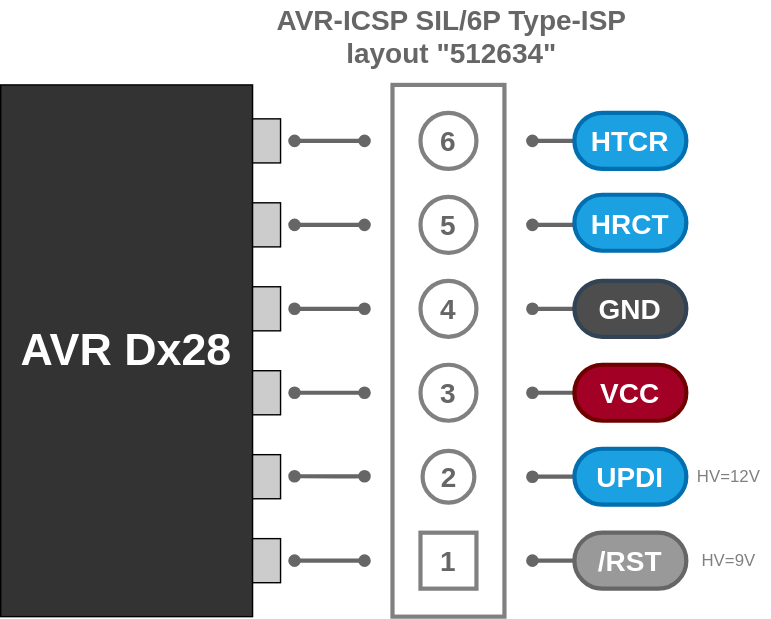
askn37/askn37.github.io keeps this draw.io diagram as svg/AVR-ICSP-S6P-UPDI-512643.drawio.svg. Above is the earlier version. Source tidied: cells renumbered, new cells last; positions are measured from the earlier drawing's top-left corner, leaving out a move shared by most shapes. Source of this version:
```xml
<mxGraphModel>
  <root>
    <mxCell id="0" />
    <mxCell id="1" parent="0" />
    <mxCell id="2" style="rounded=0;whiteSpace=wrap;html=1;labelBackgroundColor=#663300;fontSize=20;fontColor=#FFFFFF;strokeColor=#808080;strokeWidth=3;fillColor=none;" parent="1" vertex="1">
      <mxGeometry x="280" y="60" width="80" height="380" as="geometry" />
    </mxCell>
    <mxCell id="3" value="2" style="ellipse;whiteSpace=wrap;html=1;strokeWidth=3;strokeColor=#808080;fontSize=20;fontStyle=1;rounded=1;fontColor=#666666;fillColor=none;" parent="1" vertex="1">
      <mxGeometry x="301.5" y="321.5" width="37" height="37" as="geometry" />
    </mxCell>
    <mxCell id="4" value="1" style="whiteSpace=wrap;html=1;strokeWidth=3;strokeColor=#808080;fontStyle=1;fontSize=20;rounded=0;fontColor=#666666;fillColor=none;" parent="1" vertex="1">
      <mxGeometry x="300" y="380" width="40" height="40" as="geometry" />
    </mxCell>
    <mxCell id="5" value="3" style="ellipse;whiteSpace=wrap;html=1;strokeColor=#808080;strokeWidth=3;fontSize=20;fontStyle=1;rounded=1;fontColor=#666666;fillColor=none;" parent="1" vertex="1">
      <mxGeometry x="300" y="260" width="40" height="40" as="geometry" />
    </mxCell>
    <mxCell id="6" value="4" style="ellipse;whiteSpace=wrap;html=1;strokeColor=#808080;strokeWidth=3;fontStyle=1;fontSize=20;rounded=1;fontColor=#666666;fillColor=none;" parent="1" vertex="1">
      <mxGeometry x="300" y="200" width="40" height="40" as="geometry" />
    </mxCell>
    <mxCell id="7" style="edgeStyle=none;html=1;fontSize=20;fontColor=#FFFFFF;startArrow=none;startFill=0;endArrow=oval;endFill=1;strokeColor=#666666;strokeWidth=3;" parent="1" edge="1">
      <mxGeometry relative="1" as="geometry">
        <mxPoint x="410" y="100" as="sourcePoint" />
        <mxPoint x="380" y="100" as="targetPoint" />
      </mxGeometry>
    </mxCell>
    <mxCell id="8" style="edgeStyle=none;html=1;fontSize=20;fontColor=#FFFFFF;startArrow=none;startFill=0;endArrow=oval;endFill=1;strokeColor=#666666;strokeWidth=3;" parent="1" edge="1">
      <mxGeometry relative="1" as="geometry">
        <mxPoint x="410" y="160" as="sourcePoint" />
        <mxPoint x="380" y="160" as="targetPoint" />
      </mxGeometry>
    </mxCell>
    <mxCell id="9" style="edgeStyle=none;html=1;fontSize=20;fontColor=#FFFFFF;startArrow=none;startFill=0;endArrow=oval;endFill=1;strokeColor=#666666;strokeWidth=3;" parent="1" edge="1">
      <mxGeometry relative="1" as="geometry">
        <mxPoint x="410" y="400" as="sourcePoint" />
        <mxPoint x="380" y="400" as="targetPoint" />
      </mxGeometry>
    </mxCell>
    <mxCell id="10" style="edgeStyle=none;html=1;fontSize=20;fontColor=#FFFFFF;startArrow=none;startFill=0;endArrow=oval;endFill=1;strokeColor=#666666;strokeWidth=3;" parent="1" edge="1">
      <mxGeometry relative="1" as="geometry">
        <mxPoint x="410" y="280" as="sourcePoint" />
        <mxPoint x="380" y="280" as="targetPoint" />
      </mxGeometry>
    </mxCell>
    <mxCell id="11" value="AVR-ICSP SIL/6P Type-ISP&lt;br&gt;layout &quot;512634&quot;" style="text;html=1;align=center;verticalAlign=middle;strokeColor=none;fillColor=none;fontSize=20;fontColor=#666666;fontStyle=1;" parent="1" vertex="1">
      <mxGeometry x="186.5" width="270" height="50" as="geometry" />
    </mxCell>
    <mxCell id="12" value="HV=12V" style="text;html=1;align=center;verticalAlign=middle;strokeColor=none;fillColor=none;fontColor=#808080;" parent="1" vertex="1">
      <mxGeometry x="490" y="330" width="60" height="20" as="geometry" />
    </mxCell>
    <mxCell id="13" value="5" style="ellipse;whiteSpace=wrap;html=1;strokeColor=#808080;strokeWidth=3;fontStyle=1;fontSize=20;rounded=1;fontColor=#666666;fillColor=none;" parent="1" vertex="1">
      <mxGeometry x="300" y="140" width="40" height="40" as="geometry" />
    </mxCell>
    <mxCell id="14" value="6" style="ellipse;whiteSpace=wrap;html=1;strokeColor=#808080;strokeWidth=3;fontStyle=1;fontSize=20;rounded=1;fontColor=#666666;fillColor=none;" parent="1" vertex="1">
      <mxGeometry x="300" y="80" width="40" height="40" as="geometry" />
    </mxCell>
    <mxCell id="15" style="edgeStyle=none;html=1;fontSize=20;fontColor=#FFFFFF;startArrow=none;startFill=0;endArrow=oval;endFill=1;strokeColor=#666666;strokeWidth=3;" parent="1" edge="1">
      <mxGeometry relative="1" as="geometry">
        <mxPoint x="410" y="220" as="sourcePoint" />
        <mxPoint x="380" y="220" as="targetPoint" />
      </mxGeometry>
    </mxCell>
    <mxCell id="16" style="edgeStyle=none;html=1;fontSize=20;fontColor=#FFFFFF;startArrow=none;startFill=0;endArrow=oval;endFill=1;strokeColor=#666666;strokeWidth=3;" parent="1" edge="1">
      <mxGeometry relative="1" as="geometry">
        <mxPoint x="410" y="340" as="sourcePoint" />
        <mxPoint x="380" y="340" as="targetPoint" />
      </mxGeometry>
    </mxCell>
    <mxCell id="17" value="AVR Dx28" style="rounded=1;whiteSpace=wrap;html=1;fillColor=#333333;fontColor=#FFFFFF;fontStyle=1;fontSize=32;arcSize=0;" parent="1" vertex="1">
      <mxGeometry y="60" width="180" height="380" as="geometry" />
    </mxCell>
    <mxCell id="18" style="rounded=0;whiteSpace=wrap;html=1;fontSize=32;fontColor=#FFFFFF;fillColor=#CCCCCC;" parent="1" vertex="1">
      <mxGeometry x="180" y="144.2" width="20" height="31.5" as="geometry" />
    </mxCell>
    <mxCell id="19" style="rounded=0;whiteSpace=wrap;html=1;fontSize=32;fontColor=#FFFFFF;fillColor=#CCCCCC;" parent="1" vertex="1">
      <mxGeometry x="180" y="204.2" width="20" height="31.5" as="geometry" />
    </mxCell>
    <mxCell id="20" style="rounded=0;whiteSpace=wrap;html=1;fontSize=32;fontColor=#FFFFFF;fillColor=#CCCCCC;" parent="1" vertex="1">
      <mxGeometry x="180" y="264.2" width="20" height="31.5" as="geometry" />
    </mxCell>
    <mxCell id="21" style="rounded=0;whiteSpace=wrap;html=1;fontSize=32;fontColor=#FFFFFF;fillColor=#CCCCCC;" parent="1" vertex="1">
      <mxGeometry x="180" y="324.2" width="20" height="31.5" as="geometry" />
    </mxCell>
    <mxCell id="22" style="rounded=0;whiteSpace=wrap;html=1;fontSize=32;fontColor=#FFFFFF;fillColor=#CCCCCC;" parent="1" vertex="1">
      <mxGeometry x="180" y="84.2" width="20" height="31.5" as="geometry" />
    </mxCell>
    <mxCell id="23" style="rounded=0;whiteSpace=wrap;html=1;fontSize=32;fontColor=#FFFFFF;fillColor=#CCCCCC;" parent="1" vertex="1">
      <mxGeometry x="180" y="384.2" width="20" height="31.5" as="geometry" />
    </mxCell>
    <mxCell id="24" style="edgeStyle=orthogonalEdgeStyle;html=1;fontSize=32;fontColor=#FFFFFF;startArrow=oval;startFill=1;endArrow=oval;endFill=1;strokeWidth=3;strokeColor=#666666;" parent="1" edge="1">
      <mxGeometry relative="1" as="geometry">
        <mxPoint x="260" y="160" as="sourcePoint" />
        <mxPoint x="210" y="160" as="targetPoint" />
        <Array as="points">
          <mxPoint x="220" y="160.2" />
        </Array>
      </mxGeometry>
    </mxCell>
    <mxCell id="25" style="edgeStyle=orthogonalEdgeStyle;html=1;fontSize=32;fontColor=#FFFFFF;startArrow=oval;startFill=1;endArrow=oval;endFill=1;strokeWidth=3;strokeColor=#666666;" parent="1" edge="1">
      <mxGeometry relative="1" as="geometry">
        <mxPoint x="260" y="220" as="sourcePoint" />
        <mxPoint x="210" y="220" as="targetPoint" />
        <Array as="points">
          <mxPoint x="250" y="220" />
          <mxPoint x="250" y="220" />
        </Array>
      </mxGeometry>
    </mxCell>
    <mxCell id="26" style="edgeStyle=orthogonalEdgeStyle;html=1;fontSize=32;fontColor=#FFFFFF;startArrow=oval;startFill=1;endArrow=oval;endFill=1;strokeWidth=3;strokeColor=#666666;" parent="1" edge="1">
      <mxGeometry relative="1" as="geometry">
        <mxPoint x="260" y="280" as="sourcePoint" />
        <mxPoint x="210" y="280" as="targetPoint" />
        <Array as="points">
          <mxPoint x="250" y="280" />
          <mxPoint x="250" y="280" />
        </Array>
      </mxGeometry>
    </mxCell>
    <mxCell id="27" style="edgeStyle=orthogonalEdgeStyle;html=1;fontSize=32;fontColor=#FFFFFF;startArrow=oval;startFill=1;endArrow=oval;endFill=1;strokeWidth=3;strokeColor=#666666;" parent="1" edge="1">
      <mxGeometry relative="1" as="geometry">
        <mxPoint x="260" y="339.7" as="sourcePoint" />
        <mxPoint x="210" y="339.7" as="targetPoint" />
        <Array as="points">
          <mxPoint x="250" y="339.7" />
          <mxPoint x="250" y="339.7" />
        </Array>
      </mxGeometry>
    </mxCell>
    <mxCell id="28" value="GND" style="rounded=1;whiteSpace=wrap;html=1;fontSize=20;strokeWidth=3;fontStyle=1;fillColor=#4D4D4D;strokeColor=#314354;fontColor=#ffffff;arcSize=50;" parent="1" vertex="1">
      <mxGeometry x="410" y="200" width="80" height="40" as="geometry" />
    </mxCell>
    <mxCell id="29" value="/RST" style="rounded=1;whiteSpace=wrap;html=1;fontSize=20;strokeWidth=3;fontStyle=1;fillColor=#999999;strokeColor=#666666;fontColor=#ffffff;arcSize=50;" parent="1" vertex="1">
      <mxGeometry x="410" y="380" width="80" height="40" as="geometry" />
    </mxCell>
    <mxCell id="30" value="VCC" style="rounded=1;whiteSpace=wrap;html=1;fontSize=20;strokeWidth=3;fontStyle=1;fillColor=#a20025;strokeColor=#6F0000;fontColor=#ffffff;arcSize=50;" parent="1" vertex="1">
      <mxGeometry x="410" y="260" width="80" height="40" as="geometry" />
    </mxCell>
    <mxCell id="31" value="HTCR" style="rounded=1;whiteSpace=wrap;html=1;fontSize=20;strokeWidth=3;fontStyle=1;fillColor=#1ba1e2;strokeColor=#006EAF;fontColor=#ffffff;arcSize=50;" parent="1" vertex="1">
      <mxGeometry x="410" y="80" width="80" height="40" as="geometry" />
    </mxCell>
    <mxCell id="32" value="UPDI" style="rounded=1;whiteSpace=wrap;html=1;fontSize=20;strokeWidth=3;fontStyle=1;fillColor=#1ba1e2;strokeColor=#006EAF;fontColor=#ffffff;arcSize=50;" parent="1" vertex="1">
      <mxGeometry x="410" y="320" width="80" height="40" as="geometry" />
    </mxCell>
    <mxCell id="33" value="HRCT" style="rounded=1;whiteSpace=wrap;html=1;fontSize=20;strokeWidth=3;fontStyle=1;fillColor=#1ba1e2;strokeColor=#006EAF;fontColor=#ffffff;arcSize=50;" parent="1" vertex="1">
      <mxGeometry x="410" y="138.5" width="80" height="40" as="geometry" />
    </mxCell>
    <mxCell id="34" value="HV=9V" style="text;html=1;align=center;verticalAlign=middle;strokeColor=none;fillColor=none;fontColor=#808080;" parent="1" vertex="1">
      <mxGeometry x="495" y="390" width="50" height="20" as="geometry" />
    </mxCell>
    <mxCell id="35" style="edgeStyle=orthogonalEdgeStyle;html=1;fontSize=32;fontColor=#FFFFFF;startArrow=oval;startFill=1;endArrow=oval;endFill=1;strokeWidth=3;strokeColor=#666666;" parent="1" edge="1">
      <mxGeometry relative="1" as="geometry">
        <mxPoint x="260" y="400" as="sourcePoint" />
        <mxPoint x="210" y="400" as="targetPoint" />
        <Array as="points">
          <mxPoint x="250" y="400" />
          <mxPoint x="250" y="400" />
        </Array>
      </mxGeometry>
    </mxCell>
    <mxCell id="36" style="edgeStyle=orthogonalEdgeStyle;html=1;fontSize=32;fontColor=#FFFFFF;startArrow=oval;startFill=1;endArrow=oval;endFill=1;strokeWidth=3;strokeColor=#666666;" parent="1" edge="1">
      <mxGeometry relative="1" as="geometry">
        <mxPoint x="260" y="100" as="sourcePoint" />
        <mxPoint x="210" y="100" as="targetPoint" />
        <Array as="points">
          <mxPoint x="250" y="100" />
          <mxPoint x="250" y="100" />
        </Array>
      </mxGeometry>
    </mxCell>
  </root>
</mxGraphModel>
```
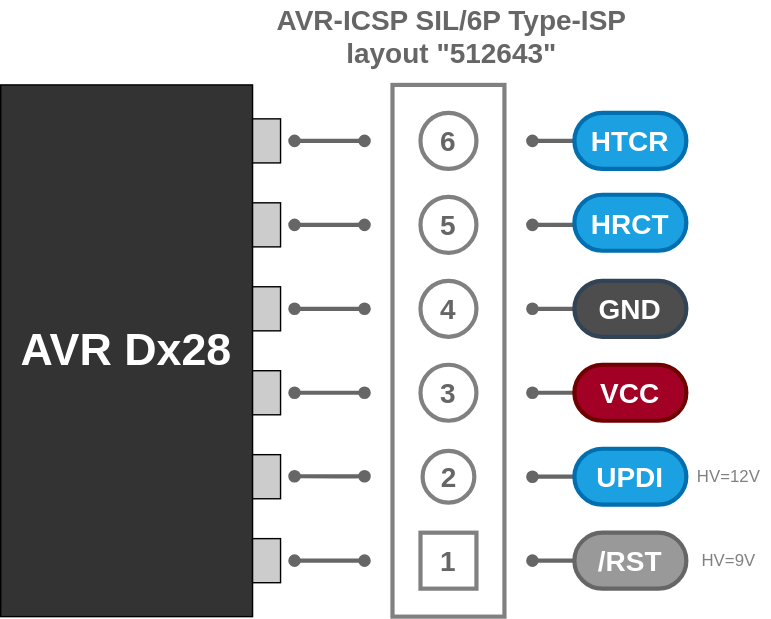
After the change.

Change to the diagram source:
```diff
@@ -41,7 +41,7 @@
         <mxPoint x="380" y="280" as="targetPoint" />
       </mxGeometry>
     </mxCell>
-    <mxCell id="11" value="AVR-ICSP SIL/6P Type-ISP&lt;br&gt;layout &quot;512634&quot;" style="text;html=1;align=center;verticalAlign=middle;strokeColor=none;fillColor=none;fontSize=20;fontColor=#666666;fontStyle=1;" parent="1" vertex="1">
+    <mxCell id="11" value="AVR-ICSP SIL/6P Type-ISP&lt;br&gt;layout &quot;512643&quot;" style="text;html=1;align=center;verticalAlign=middle;strokeColor=none;fillColor=none;fontSize=20;fontColor=#666666;fontStyle=1;" parent="1" vertex="1">
       <mxGeometry x="186.5" width="270" height="50" as="geometry" />
     </mxCell>
     <mxCell id="12" value="HV=12V" style="text;html=1;align=center;verticalAlign=middle;strokeColor=none;fillColor=none;fontColor=#808080;" parent="1" vertex="1">
```
